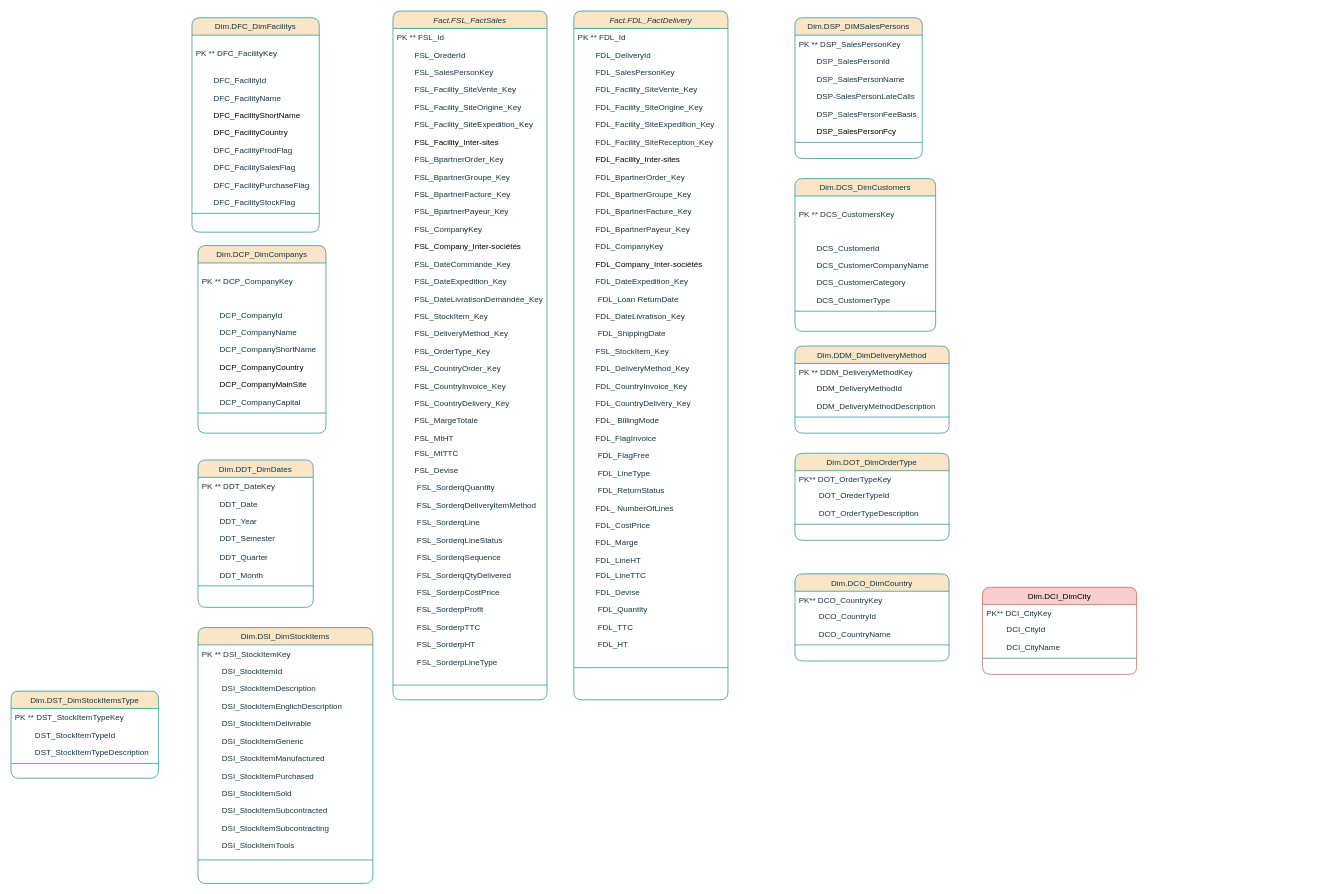
BorchaniMohamed/BI_PROJECT_PFE keeps this draw.io diagram as Diagramme de classe.drawio. Above is the earlier version. Source tidied: cells renumbered, new cells numbered last; positions are measured from the earlier drawing's top-left corner, leaving out a move shared by most shapes. Both pictures are drawn from the tidied source at 67%, with x=0, y=0 at pixel (11, 11).
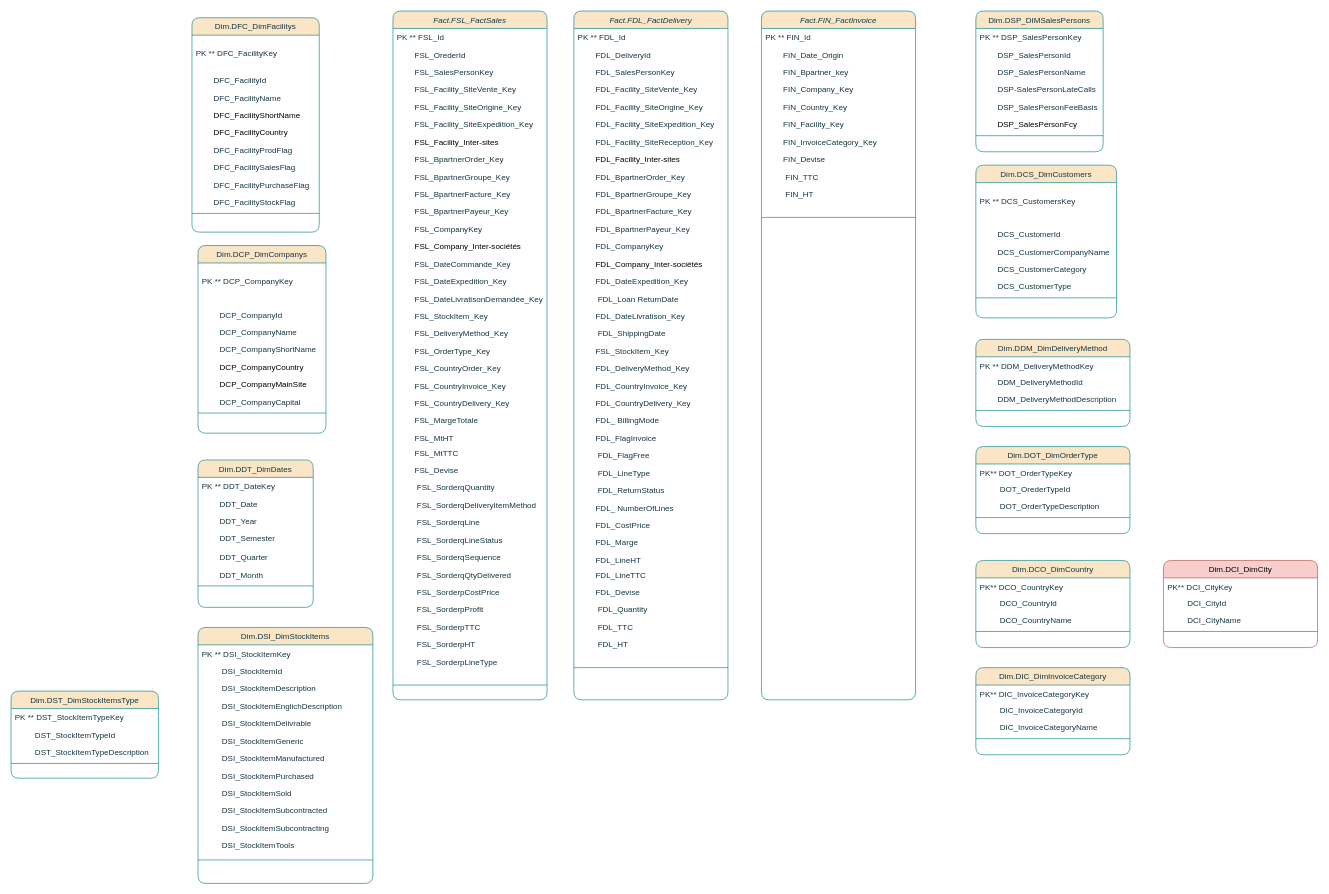
Above is the later version.

Commit message:
Mettre à jour Diagramme de classe.drawio

Diff of the diagram source:
```diff
@@
     <mxCell id="41" value="Dim.DSP_DIMSalesPersons" style="swimlane;fontStyle=0;align=center;verticalAlign=top;horizontal=1;startSize=26;rounded=1;shadow=0;strokeWidth=1;fillColor=#FAE5C7;strokeColor=#0F8B8D;labelBackgroundColor=none;fontColor=#143642;" parent="1" vertex="1">
-      <mxGeometry x="1170" y="10" width="190" height="210" as="geometry" />
+      <mxGeometry x="1440" width="190" height="210" as="geometry" />
     </mxCell>
@@
     <mxCell id="60" value="Dim.DCS_DimCustomers" style="swimlane;fontStyle=0;align=center;verticalAlign=top;horizontal=1;startSize=26;rounded=1;shadow=0;strokeWidth=1;fillColor=#FAE5C7;strokeColor=#0F8B8D;labelBackgroundColor=none;fontColor=#143642;" parent="1" vertex="1">
-      <mxGeometry x="1170" y="250" width="210" height="228" as="geometry" />
+      <mxGeometry x="1440" y="230" width="210" height="228" as="geometry" />
     </mxCell>
@@
     <mxCell id="84" value="Dim.DDM_DimDeliveryMethod" style="swimlane;fontStyle=0;align=center;verticalAlign=top;horizontal=1;startSize=26;rounded=1;shadow=0;strokeWidth=1;fillColor=#FAE5C7;strokeColor=#0F8B8D;labelBackgroundColor=none;fontColor=#143642;" parent="1" vertex="1">
-      <mxGeometry x="1170" y="500" width="230" height="130" as="geometry" />
+      <mxGeometry x="1440" y="490" width="230" height="130" as="geometry" />
     </mxCell>
@@
     <mxCell id="89" value="Dim.DOT_DimOrderType" style="swimlane;fontStyle=0;align=center;verticalAlign=top;horizontal=1;startSize=26;rounded=1;shadow=0;strokeWidth=1;fillColor=#FAE5C7;strokeColor=#0F8B8D;labelBackgroundColor=none;fontColor=#143642;" parent="1" vertex="1">
-      <mxGeometry x="1170" y="660" width="230" height="130" as="geometry" />
+      <mxGeometry x="1440" y="650" width="230" height="130" as="geometry" />
     </mxCell>
@@
     <mxCell id="113" value="Dim.DCO_DimCountry" style="swimlane;fontStyle=0;align=center;verticalAlign=top;horizontal=1;startSize=26;rounded=1;shadow=0;strokeWidth=1;fillColor=#FAE5C7;strokeColor=#0F8B8D;labelBackgroundColor=none;fontColor=#143642;" parent="1" vertex="1">
-      <mxGeometry x="1170" y="840" width="230" height="130" as="geometry" />
+      <mxGeometry x="1440" y="820" width="230" height="130" as="geometry" />
     </mxCell>
@@
     <mxCell id="118" value="Dim.DCI_DimCity" style="swimlane;fontStyle=0;align=center;verticalAlign=top;horizontal=1;startSize=26;rounded=1;shadow=0;strokeWidth=1;fillColor=#f8cecc;strokeColor=#b85450;labelBackgroundColor=none;" parent="1" vertex="1">
-      <mxGeometry x="1450" y="860" width="230" height="130" as="geometry" />
+      <mxGeometry x="1720" y="820" width="230" height="130" as="geometry" />
     </mxCell>
@@
+    <mxCell id="161" value="Fact.FIN_FactInvoice" style="swimlane;fontStyle=2;align=center;verticalAlign=top;horizontal=1;startSize=26;rounded=1;shadow=0;strokeWidth=1;labelBackgroundColor=none;fillColor=#FAE5C7;strokeColor=#0F8B8D;fontColor=#143642;" parent="1" vertex="1">
+      <mxGeometry x="1120" width="230" height="1028" as="geometry" />
+    </mxCell>
+    <mxCell id="162" value="PK ** FIN_Id" style="text;align=left;verticalAlign=top;spacingLeft=4;spacingRight=4;overflow=hidden;labelBackgroundColor=none;fontColor=#143642;rounded=1;" parent="161" vertex="1">
+      <mxGeometry y="26" width="230" height="26" as="geometry" />
+    </mxCell>
+    <mxCell id="163" value="        FIN_Date_Origin" style="text;align=left;verticalAlign=top;spacingLeft=4;spacingRight=4;overflow=hidden;rounded=1;shadow=0;html=0;labelBackgroundColor=none;fontColor=#143642;" parent="161" vertex="1">
+      <mxGeometry y="52" width="230" height="26" as="geometry" />
+    </mxCell>
+    <mxCell id="164" value="        FIN_Bpartner_key" style="text;align=left;verticalAlign=top;spacingLeft=4;spacingRight=4;overflow=hidden;rounded=1;shadow=0;html=0;labelBackgroundColor=none;fontColor=#143642;" parent="161" vertex="1">
+      <mxGeometry y="78" width="230" height="26" as="geometry" />
+    </mxCell>
+    <mxCell id="165" value="        FIN_Company_Key" style="text;align=left;verticalAlign=top;spacingLeft=4;spacingRight=4;overflow=hidden;rounded=1;shadow=0;html=0;labelBackgroundColor=none;fontColor=#143642;" parent="161" vertex="1">
+      <mxGeometry y="104" width="230" height="26" as="geometry" />
+    </mxCell>
+    <mxCell id="166" value="        FIN_Country_Key" style="text;align=left;verticalAlign=top;spacingLeft=4;spacingRight=4;overflow=hidden;rounded=1;shadow=0;html=0;labelBackgroundColor=none;fontColor=#143642;" parent="161" vertex="1">
+      <mxGeometry y="130" width="230" height="26" as="geometry" />
+    </mxCell>
+    <mxCell id="167" value="        FIN_Facility_Key" style="text;align=left;verticalAlign=top;spacingLeft=4;spacingRight=4;overflow=hidden;rounded=1;shadow=0;html=0;labelBackgroundColor=none;fontColor=#143642;" parent="161" vertex="1">
+      <mxGeometry y="156" width="230" height="26" as="geometry" />
+    </mxCell>
+    <mxCell id="168" value="        FIN_InvoiceCategory_Key" style="text;align=left;verticalAlign=top;spacingLeft=4;spacingRight=4;overflow=hidden;rounded=1;shadow=0;html=0;labelBackgroundColor=none;fontColor=#143642;" parent="161" vertex="1">
+      <mxGeometry y="182" width="230" height="26" as="geometry" />
+    </mxCell>
+    <mxCell id="169" value="        FIN_Devise" style="text;align=left;verticalAlign=top;spacingLeft=4;spacingRight=4;overflow=hidden;rounded=1;shadow=0;html=0;labelBackgroundColor=none;fontColor=#143642;" parent="161" vertex="1">
+      <mxGeometry y="208" width="230" height="26" as="geometry" />
+    </mxCell>
+    <mxCell id="170" value="         FIN_TTC" style="text;align=left;verticalAlign=top;spacingLeft=4;spacingRight=4;overflow=hidden;rounded=1;shadow=0;html=0;labelBackgroundColor=none;fontColor=#143642;" parent="161" vertex="1">
+      <mxGeometry y="234" width="230" height="26" as="geometry" />
+    </mxCell>
+    <mxCell id="171" value="         FIN_HT" style="text;align=left;verticalAlign=top;spacingLeft=4;spacingRight=4;overflow=hidden;rounded=1;shadow=0;html=0;labelBackgroundColor=none;fontColor=#143642;" parent="161" vertex="1">
+      <mxGeometry y="260" width="230" height="26" as="geometry" />
+    </mxCell>
+    <mxCell id="172" style="line;html=1;strokeWidth=1;align=left;verticalAlign=middle;spacingTop=-1;spacingLeft=3;spacingRight=3;labelPosition=right;labelBackgroundColor=none;fillColor=#FAE5C7;strokeColor=#0F8B8D;fontColor=#143642;rounded=1;" parent="161" vertex="1">
+      <mxGeometry y="286" width="230" height="44" as="geometry" />
+    </mxCell>
+    <mxCell id="173" value="Dim.DIC_DimInvoiceCategory" style="swimlane;fontStyle=0;align=center;verticalAlign=top;horizontal=1;startSize=26;rounded=1;shadow=0;strokeWidth=1;fillColor=#FAE5C7;strokeColor=#0F8B8D;labelBackgroundColor=none;fontColor=#143642;" parent="1" vertex="1">
+      <mxGeometry x="1440" y="980" width="230" height="130" as="geometry" />
+    </mxCell>
+    <mxCell id="174" value="PK** DIC_InvoiceCategoryKey&#10; " style="text;align=left;verticalAlign=top;spacingLeft=4;spacingRight=4;overflow=hidden;labelBackgroundColor=none;fontColor=#143642;rounded=1;" parent="173" vertex="1">
+      <mxGeometry y="26" width="230" height="24" as="geometry" />
+    </mxCell>
+    <mxCell id="175" value="         DIC_InvoiceCategoryId" style="text;align=left;verticalAlign=top;spacingLeft=4;spacingRight=4;overflow=hidden;labelBackgroundColor=none;fontColor=#143642;rounded=1;" parent="173" vertex="1">
+      <mxGeometry y="50" width="230" height="26" as="geometry" />
+    </mxCell>
+    <mxCell id="176" value="         DIC_InvoiceCategoryName" style="text;align=left;verticalAlign=top;spacingLeft=4;spacingRight=4;overflow=hidden;labelBackgroundColor=none;fontColor=#143642;rounded=1;" parent="173" vertex="1">
+      <mxGeometry y="76" width="230" height="26" as="geometry" />
+    </mxCell>
+    <mxCell id="177" style="line;html=1;strokeWidth=1;align=left;verticalAlign=middle;spacingTop=-1;spacingLeft=3;spacingRight=3;labelPosition=right;labelBackgroundColor=none;fillColor=#FAE5C7;strokeColor=#0F8B8D;fontColor=#143642;rounded=1;" parent="173" vertex="1">
+      <mxGeometry y="102" width="230" height="8" as="geometry" />
+    </mxCell>
```
